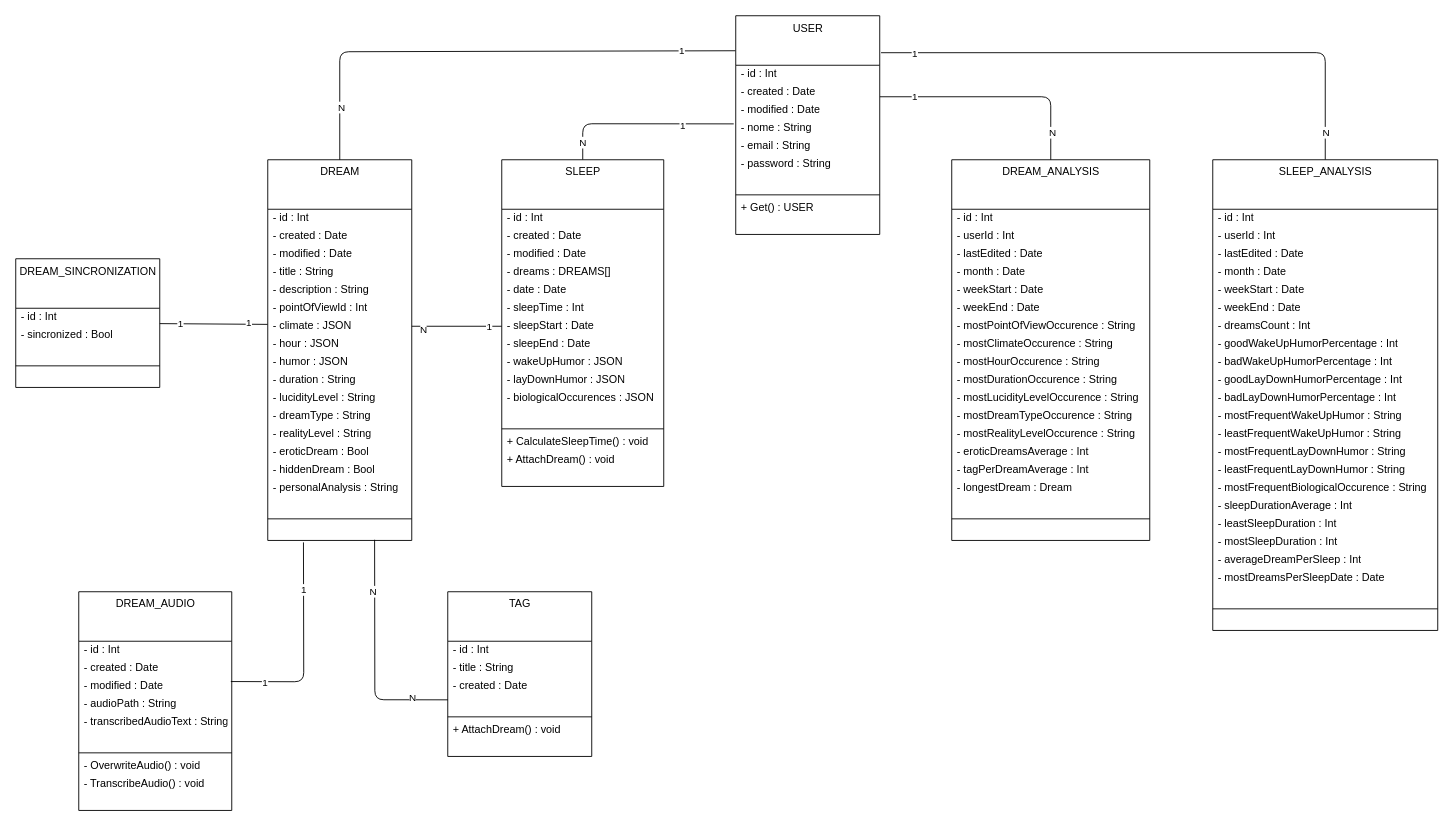
Earlier version of the draw.io diagram docs/diagrama_classe_analise.drawio (raisson-souza/morfeus-backend). Source tidied: cells renumbered, new cells numbered last; positions are measured from the earlier drawing's top-left corner, leaving out a move shared by most shapes. Both pictures are drawn from the tidied source at 90%, with x=0, y=0 at pixel (15, 15).
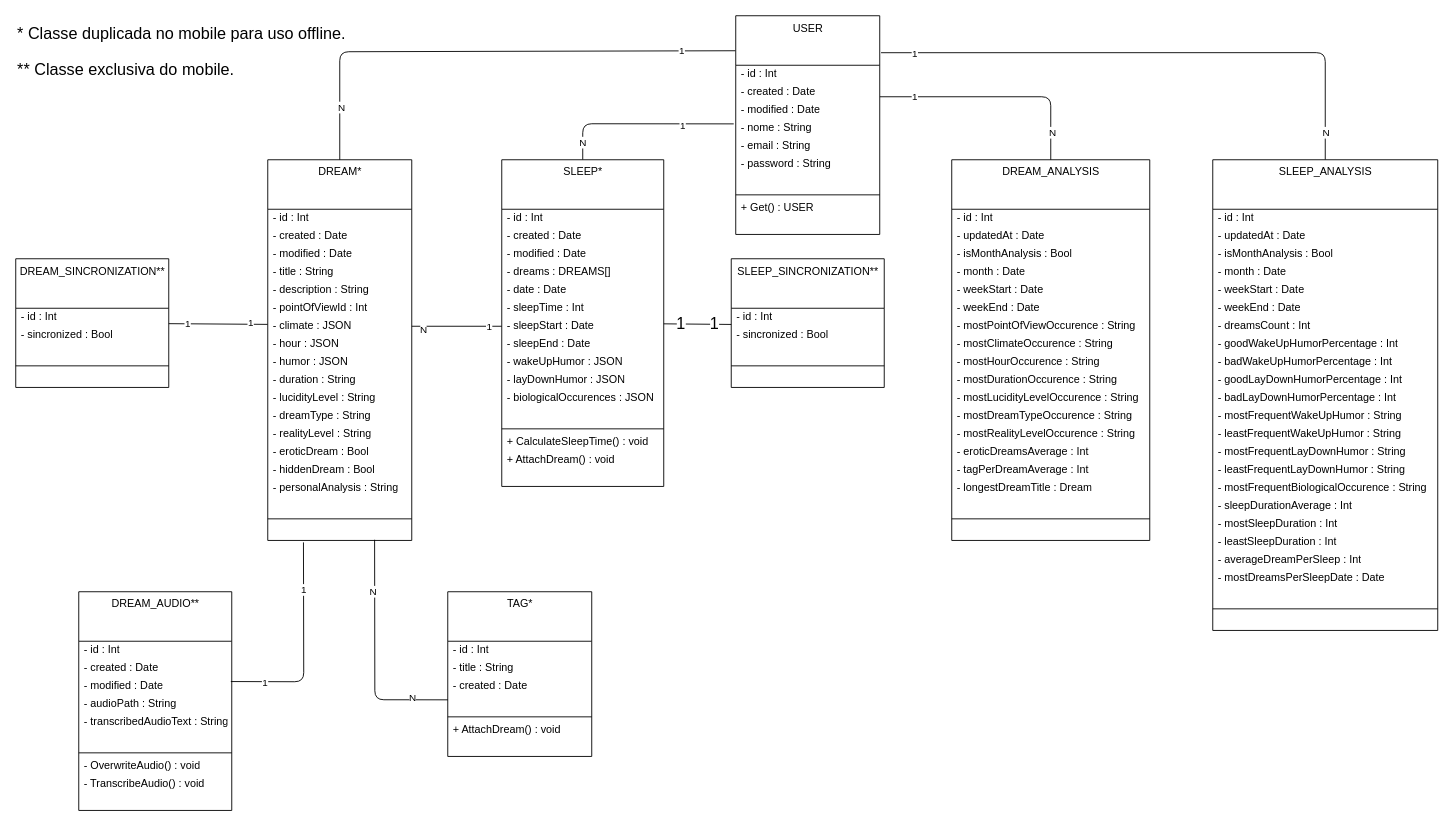
The same diagram, later.

Commit message (it also covers changes not shown here):
- Criação da model e migration de: DreamAnalysis; SleepAnalysis; - Inclusão destas no diagrama de classe de análise;

Unchanged cells that the change refers to:
```xml
<mxCell id="83" value="DREAM_ANALYSIS" style="swimlane;fontStyle=0;align=center;verticalAlign=top;horizontal=1;startSize=55;html=1;rounded=0;strokeColor=default;strokeWidth=1;" parent="1" vertex="1">
  <mxGeometry x="1040" y="160" width="220" height="423" as="geometry" />
</mxCell>
<mxCell id="106" value="SLEEP_ANALYSIS" style="swimlane;fontStyle=0;align=center;verticalAlign=top;horizontal=1;startSize=55;html=1;rounded=0;strokeColor=default;strokeWidth=1;" parent="1" vertex="1">
  <mxGeometry x="1330" y="160" width="250" height="523" as="geometry" />
</mxCell>
```

Diff of the diagram source:
```diff
@@
+    <mxCell id="143" style="edgeStyle=none;html=1;fontSize=18;entryX=0;entryY=-0.1;entryDx=0;entryDy=0;entryPerimeter=0;endArrow=none;endFill=0;" parent="1" edge="1" source="16" target="152">
+      <mxGeometry relative="1" as="geometry" />
+    </mxCell>
+    <mxCell id="144" value="1" style="edgeLabel;html=1;align=center;verticalAlign=middle;fontSize=18;" parent="143" vertex="1">
+      <mxGeometry x="-0.5" relative="1" as="geometry" />
+    </mxCell>
+    <mxCell id="145" value="1" style="edgeLabel;html=1;align=center;verticalAlign=middle;fontSize=18;" parent="143" vertex="1">
+      <mxGeometry x="0.5" relative="1" as="geometry" />
+    </mxCell>
-    <mxCell id="16" value="SLEEP" style="swimlane;fontStyle=0;align=center;verticalAlign=top;horizontal=1;startSize=55;html=1;rounded=0;strokeColor=default;strokeWidth=1;" parent="1" vertex="1">
+    <mxCell id="16" value="SLEEP*" style="swimlane;fontStyle=0;align=center;verticalAlign=top;horizontal=1;startSize=55;html=1;rounded=0;strokeColor=default;strokeWidth=1;" parent="1" vertex="1">
       <mxGeometry x="540" y="160" width="180" height="363" as="geometry" />
     </mxCell>
@@
-    <mxCell id="33" value="DREAM" style="swimlane;fontStyle=0;align=center;verticalAlign=top;horizontal=1;startSize=55;html=1;rounded=0;strokeColor=default;strokeWidth=1;" parent="1" vertex="1">
+    <mxCell id="33" value="DREAM*" style="swimlane;fontStyle=0;align=center;verticalAlign=top;horizontal=1;startSize=55;html=1;rounded=0;strokeColor=default;strokeWidth=1;" parent="1" vertex="1">
       <mxGeometry x="280" y="160" width="160" height="423" as="geometry" />
     </mxCell>
@@
-    <mxCell id="53" value="TAG" style="swimlane;fontStyle=0;align=center;verticalAlign=top;horizontal=1;startSize=55;html=1;rounded=0;strokeColor=default;strokeWidth=1;" parent="1" vertex="1">
+    <mxCell id="53" value="TAG*" style="swimlane;fontStyle=0;align=center;verticalAlign=top;horizontal=1;startSize=55;html=1;rounded=0;strokeColor=default;strokeWidth=1;" parent="1" vertex="1">
       <mxGeometry x="480" y="640" width="160" height="183" as="geometry" />
     </mxCell>
@@
-    <mxCell id="72" value="DREAM_AUDIO" style="swimlane;fontStyle=0;align=center;verticalAlign=top;horizontal=1;startSize=55;html=1;rounded=0;strokeColor=default;strokeWidth=1;" parent="1" vertex="1">
+    <mxCell id="72" value="DREAM_AUDIO**" style="swimlane;fontStyle=0;align=center;verticalAlign=top;horizontal=1;startSize=55;html=1;rounded=0;strokeColor=default;strokeWidth=1;" parent="1" vertex="1">
       <mxGeometry x="70" y="640" width="170" height="243" as="geometry" />
     </mxCell>
@@
-    <mxCell id="85" value="- userId : Int" style="text;html=1;strokeColor=none;fillColor=none;align=left;verticalAlign=middle;spacingLeft=4;spacingRight=4;overflow=hidden;rounded=0;strokeWidth=1;" parent="83" vertex="1">
-      <mxGeometry y="75" width="220" height="20" as="geometry" />
-    </mxCell>
-    <mxCell id="86" value="- lastEdited : Date" style="text;html=1;strokeColor=none;fillColor=none;align=left;verticalAlign=middle;spacingLeft=4;spacingRight=4;overflow=hidden;rounded=0;strokeWidth=1;" parent="83" vertex="1">
-      <mxGeometry y="95" width="220" height="20" as="geometry" />
+    <mxCell id="86" value="- updatedAt : Date" style="text;html=1;strokeColor=none;fillColor=none;align=left;verticalAlign=middle;spacingLeft=4;spacingRight=4;overflow=hidden;rounded=0;strokeWidth=1;" parent="83" vertex="1">
+      <mxGeometry y="75" width="220" height="20" as="geometry" />
     </mxCell>
+    <mxCell id="146" value="- isMonthAnalysis : Bool" style="text;html=1;strokeColor=none;fillColor=none;align=left;verticalAlign=middle;spacingLeft=4;spacingRight=4;overflow=hidden;rounded=0;strokeWidth=1;" parent="83" vertex="1">
+      <mxGeometry y="95" width="220" height="20" as="geometry" />
+    </mxCell>
@@
-    <mxCell id="99" value="- longestDream : Dream" style="text;html=1;strokeColor=none;fillColor=none;align=left;verticalAlign=middle;spacingLeft=4;spacingRight=4;overflow=hidden;rounded=0;strokeWidth=1;" parent="83" vertex="1">
+    <mxCell id="99" value="- longestDreamTitle : Dream" style="text;html=1;strokeColor=none;fillColor=none;align=left;verticalAlign=middle;spacingLeft=4;spacingRight=4;overflow=hidden;rounded=0;strokeWidth=1;" parent="83" vertex="1">
       <mxGeometry y="355" width="220" height="20" as="geometry" />
     </mxCell>
@@
-    <mxCell id="108" value="- userId : Int" style="text;html=1;strokeColor=none;fillColor=none;align=left;verticalAlign=middle;spacingLeft=4;spacingRight=4;overflow=hidden;rounded=0;strokeWidth=1;" parent="106" vertex="1">
-      <mxGeometry y="75" width="250" height="20" as="geometry" />
-    </mxCell>
-    <mxCell id="109" value="- lastEdited : Date" style="text;html=1;strokeColor=none;fillColor=none;align=left;verticalAlign=middle;spacingLeft=4;spacingRight=4;overflow=hidden;rounded=0;strokeWidth=1;" parent="106" vertex="1">
-      <mxGeometry y="95" width="250" height="20" as="geometry" />
+    <mxCell id="109" value="- updatedAt : Date" style="text;html=1;strokeColor=none;fillColor=none;align=left;verticalAlign=middle;spacingLeft=4;spacingRight=4;overflow=hidden;rounded=0;strokeWidth=1;" parent="106" vertex="1">
+      <mxGeometry y="75" width="250" height="20" as="geometry" />
     </mxCell>
+    <mxCell id="147" value="- isMonthAnalysis : Bool" style="text;html=1;strokeColor=none;fillColor=none;align=left;verticalAlign=middle;spacingLeft=4;spacingRight=4;overflow=hidden;rounded=0;strokeWidth=1;" parent="106" vertex="1">
+      <mxGeometry y="95" width="250" height="20" as="geometry" />
+    </mxCell>
@@
+    <mxCell id="125" value="- mostSleepDuration : Int" style="text;html=1;strokeColor=none;fillColor=none;align=left;verticalAlign=middle;spacingLeft=4;spacingRight=4;overflow=hidden;rounded=0;strokeWidth=1;" parent="106" vertex="1">
+      <mxGeometry y="395" width="250" height="20" as="geometry" />
+    </mxCell>
     <mxCell id="124" value="- leastSleepDuration : Int" style="text;html=1;strokeColor=none;fillColor=none;align=left;verticalAlign=middle;spacingLeft=4;spacingRight=4;overflow=hidden;rounded=0;strokeWidth=1;" parent="106" vertex="1">
-      <mxGeometry y="395" width="250" height="20" as="geometry" />
+      <mxGeometry y="415" width="250" height="20" as="geometry" />
     </mxCell>
-    <mxCell id="125" value="- mostSleepDuration : Int" style="text;html=1;strokeColor=none;fillColor=none;align=left;verticalAlign=middle;spacingLeft=4;spacingRight=4;overflow=hidden;rounded=0;strokeWidth=1;" parent="106" vertex="1">
-      <mxGeometry y="415" width="250" height="20" as="geometry" />
-    </mxCell>
@@
-    <mxCell id="137" value="DREAM_SINCRONIZATION" style="swimlane;fontStyle=0;align=center;verticalAlign=top;horizontal=1;startSize=55;html=1;rounded=0;strokeColor=default;strokeWidth=1;" parent="1" vertex="1">
-      <mxGeometry y="270" width="160" height="143" as="geometry" />
+    <mxCell id="137" value="DREAM_SINCRONIZATION**" style="swimlane;fontStyle=0;align=center;verticalAlign=top;horizontal=1;startSize=55;html=1;rounded=0;strokeColor=default;strokeWidth=1;" parent="1" vertex="1">
+      <mxGeometry y="270" width="170" height="143" as="geometry" />
     </mxCell>
     <mxCell id="138" value="- id : Int" style="text;html=1;strokeColor=none;fillColor=none;align=left;verticalAlign=middle;spacingLeft=4;spacingRight=4;overflow=hidden;rounded=0;strokeWidth=1;" parent="137" vertex="1">
-      <mxGeometry y="55" width="160" height="20" as="geometry" />
+      <mxGeometry y="55" width="170" height="20" as="geometry" />
     </mxCell>
     <mxCell id="139" value="- sincronized : Bool" style="text;html=1;strokeColor=none;fillColor=none;align=left;verticalAlign=middle;spacingLeft=4;spacingRight=4;overflow=hidden;rounded=0;strokeWidth=1;" parent="137" vertex="1">
-      <mxGeometry y="75" width="160" height="20" as="geometry" />
+      <mxGeometry y="75" width="170" height="20" as="geometry" />
     </mxCell>
     <mxCell id="140" style="text;html=1;strokeColor=none;fillColor=none;align=left;verticalAlign=middle;spacingLeft=4;spacingRight=4;overflow=hidden;rounded=0;strokeWidth=1;" parent="137" vertex="1">
-      <mxGeometry y="95" width="160" height="20" as="geometry" />
+      <mxGeometry y="95" width="170" height="20" as="geometry" />
     </mxCell>
     <mxCell id="141" style="line;strokeWidth=1;fillColor=none;align=left;verticalAlign=middle;spacingTop=-1;spacingLeft=3;spacingRight=3;labelPosition=right;rounded=0;strokeColor=default;" parent="137" vertex="1">
-      <mxGeometry y="115" width="160" height="8" as="geometry" />
+      <mxGeometry y="115" width="170" height="8" as="geometry" />
     </mxCell>
     <mxCell id="142" style="text;html=1;strokeColor=none;fillColor=none;align=left;verticalAlign=middle;spacingLeft=4;spacingRight=4;overflow=hidden;rounded=0;strokeWidth=1;" parent="137" vertex="1">
-      <mxGeometry y="123" width="160" height="20" as="geometry" />
+      <mxGeometry y="123" width="170" height="20" as="geometry" />
     </mxCell>
+    <mxCell id="148" value="&lt;font style=&quot;font-size: 18px;&quot;&gt;* Classe duplicada no mobile para uso offline.&lt;/font&gt;" style="text;html=1;align=left;verticalAlign=middle;strokeColor=none;fillColor=none;" parent="1" vertex="1">
+      <mxGeometry width="390" height="40" as="geometry" />
+    </mxCell>
+    <mxCell id="149" value="&lt;font style=&quot;font-size: 18px;&quot;&gt;** Classe exclusiva do mobile.&lt;/font&gt;" style="text;html=1;align=left;verticalAlign=middle;strokeColor=none;fillColor=none;" parent="1" vertex="1">
+      <mxGeometry y="40" width="260" height="40" as="geometry" />
+    </mxCell>
+    <mxCell id="150" value="SLEEP_SINCRONIZATION**" style="swimlane;fontStyle=0;align=center;verticalAlign=top;horizontal=1;startSize=55;html=1;rounded=0;strokeColor=default;strokeWidth=1;" parent="1" vertex="1">
+      <mxGeometry x="795" y="270" width="170" height="143" as="geometry" />
+    </mxCell>
+    <mxCell id="151" value="- id : Int" style="text;html=1;strokeColor=none;fillColor=none;align=left;verticalAlign=middle;spacingLeft=4;spacingRight=4;overflow=hidden;rounded=0;strokeWidth=1;" parent="150" vertex="1">
+      <mxGeometry y="55" width="170" height="20" as="geometry" />
+    </mxCell>
+    <mxCell id="152" value="- sincronized : Bool" style="text;html=1;strokeColor=none;fillColor=none;align=left;verticalAlign=middle;spacingLeft=4;spacingRight=4;overflow=hidden;points=[[0,0.5],[1,0.5]];portConstraint=eastwest;rounded=0;strokeWidth=1;" parent="150" vertex="1">
+      <mxGeometry y="75" width="170" height="20" as="geometry" />
+    </mxCell>
+    <mxCell id="153" style="text;html=1;strokeColor=none;fillColor=none;align=left;verticalAlign=middle;spacingLeft=4;spacingRight=4;overflow=hidden;rounded=0;strokeWidth=1;" parent="150" vertex="1">
+      <mxGeometry y="95" width="170" height="20" as="geometry" />
+    </mxCell>
+    <mxCell id="154" style="line;strokeWidth=1;fillColor=none;align=left;verticalAlign=middle;spacingTop=-1;spacingLeft=3;spacingRight=3;labelPosition=right;rounded=0;strokeColor=default;" parent="150" vertex="1">
+      <mxGeometry y="115" width="170" height="8" as="geometry" />
+    </mxCell>
+    <mxCell id="155" style="text;html=1;strokeColor=none;fillColor=none;align=left;verticalAlign=middle;spacingLeft=4;spacingRight=4;overflow=hidden;rounded=0;strokeWidth=1;" parent="150" vertex="1">
+      <mxGeometry y="123" width="170" height="20" as="geometry" />
+    </mxCell>
```
